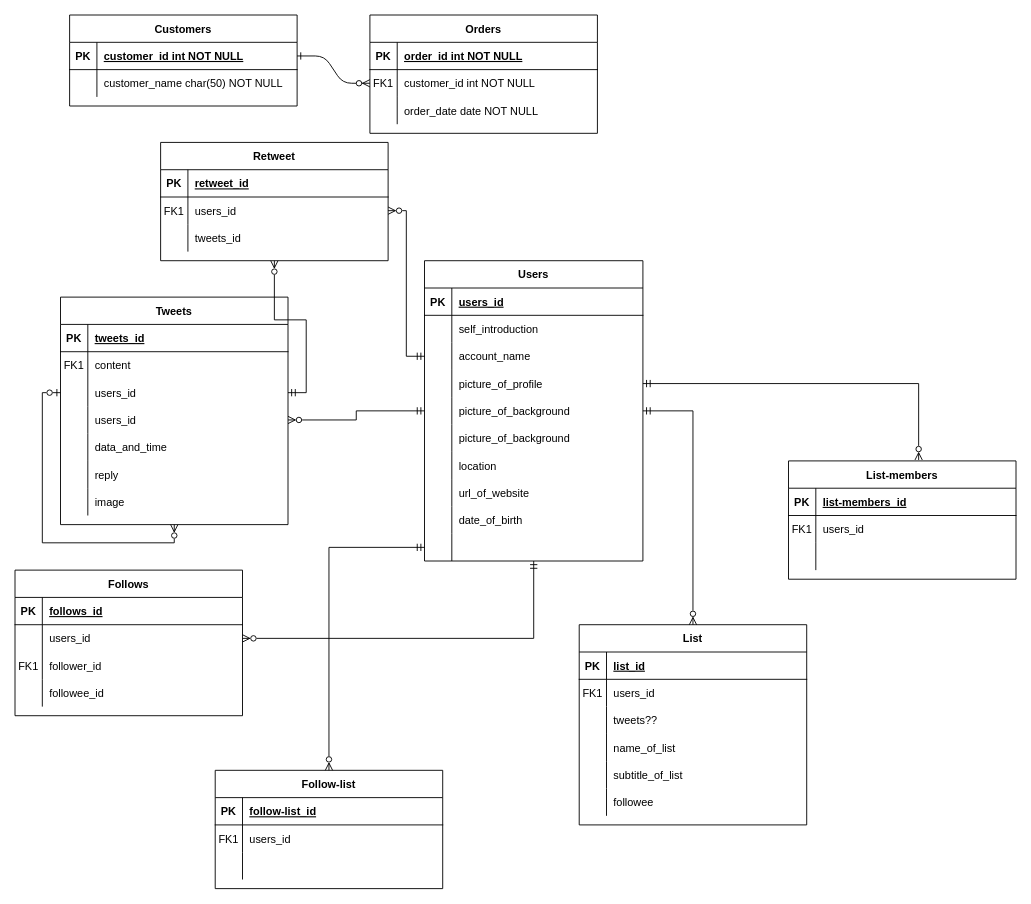
Above: Untitled Diagram.drawio in umizaru/hello-world (draw.io), before the change. Source tidied: cells renumbered, new cells numbered last; positions are measured from the earlier drawing's top-left corner, leaving out a move shared by most shapes. Both pictures are drawn from the tidied source at 91%, with x=0, y=0 at pixel (15, 15).
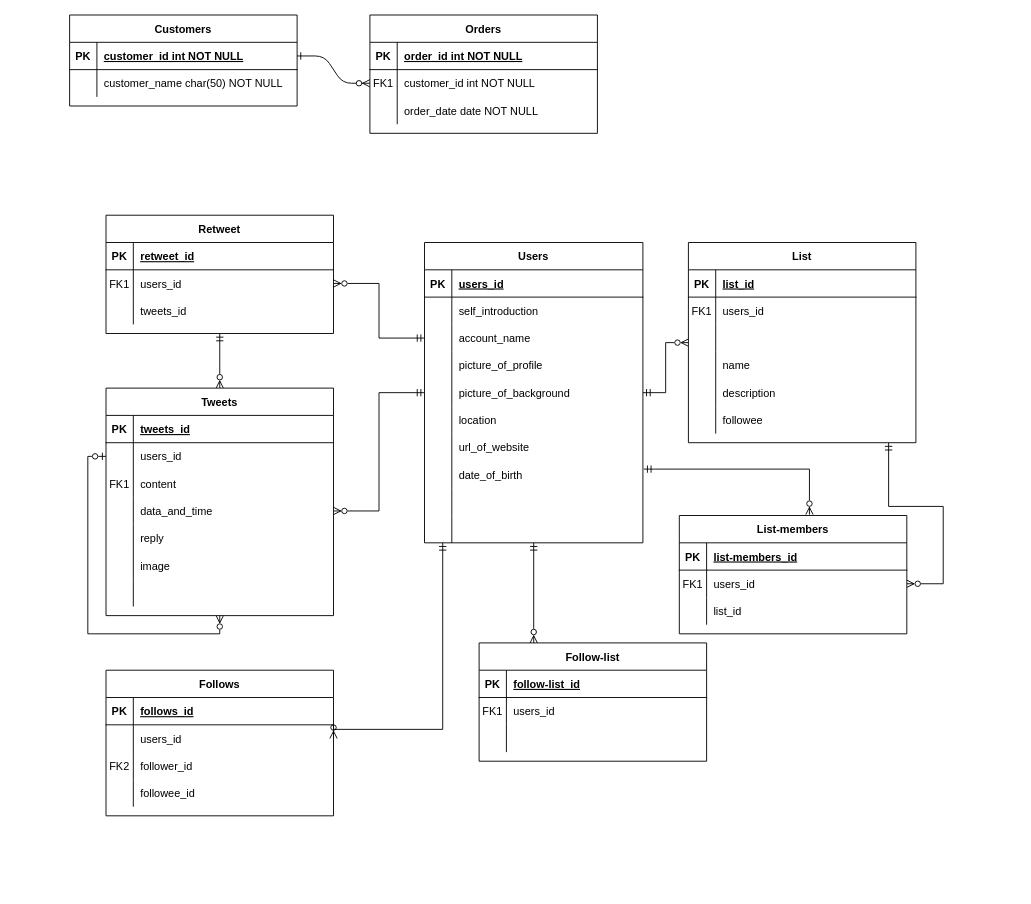
The same page after the edit.

Commit message (it also covers changes not shown here):
Untitled Diagram.drawio を更新します

The change refers to these unchanged cells:
```xml
<mxCell id="34" style="shape=partialRectangle;fillColor=none;points=[[0,0.5],[1,0.5]];portConstraint=eastwest;top=0;left=0;right=0;bottom=0;" parent="30" vertex="1">
  <mxGeometry y="60" width="250" height="30" as="geometry" />
</mxCell>
<mxCell id="37" style="shape=partialRectangle;fillColor=none;top=0;left=0;right=0;bottom=0;" parent="30" vertex="1">
  <mxGeometry y="90" width="250" height="30" as="geometry" />
</mxCell>
<mxCell id="54" style="shape=partialRectangle;fillColor=none;points=[[0,0.5],[1,0.5]];portConstraint=eastwest;top=0;left=0;right=0;bottom=0;" parent="43" vertex="1">
  <mxGeometry y="120" width="250" height="30" as="geometry" />
</mxCell>
<mxCell id="57" style="shape=partialRectangle;fillColor=none;top=0;left=0;right=0;bottom=0;" parent="43" vertex="1">
  <mxGeometry y="150" width="250" height="30" as="geometry" />
</mxCell>
<mxCell id="60" style="shape=partialRectangle;fillColor=none;top=0;left=0;right=0;bottom=0;" parent="43" vertex="1">
  <mxGeometry y="180" width="250" height="30" as="geometry" />
</mxCell>
<mxCell id="63" style="shape=partialRectangle;fillColor=none;top=0;left=0;right=0;bottom=0;" parent="43" vertex="1">
  <mxGeometry y="210" width="250" height="30" as="geometry" />
</mxCell>
<mxCell id="73" style="shape=partialRectangle;fillColor=none;top=0;left=0;right=0;bottom=0;" parent="66" vertex="1">
  <mxGeometry y="90" width="250" height="30" as="geometry" />
</mxCell>
<mxCell id="76" style="shape=partialRectangle;fillColor=none;top=0;left=0;right=0;bottom=0;" parent="66" vertex="1">
  <mxGeometry y="120" width="250" height="30" as="geometry" />
</mxCell>
<mxCell id="79" style="shape=partialRectangle;fillColor=none;top=0;left=0;right=0;bottom=0;" parent="66" vertex="1">
  <mxGeometry y="150" width="250" height="30" as="geometry" />
</mxCell>
<mxCell id="99" style="shape=partialRectangle;fillColor=none;points=[[0,0.5],[1,0.5]];portConstraint=eastwest;top=0;left=0;right=0;bottom=0;" parent="95" vertex="1">
  <mxGeometry y="60" width="250" height="30" as="geometry" />
</mxCell>
<mxCell id="102" style="shape=partialRectangle;fillColor=none;top=0;left=0;right=0;bottom=0;" parent="95" vertex="1">
  <mxGeometry y="90" width="250" height="30" as="geometry" />
</mxCell>
<mxCell id="116" style="shape=partialRectangle;fillColor=none;points=[[0,0.5],[1,0.5]];portConstraint=eastwest;top=0;left=0;right=0;bottom=0;" parent="106" vertex="1">
  <mxGeometry y="120" width="240" height="30" as="geometry" />
</mxCell>
<mxCell id="122" style="shape=partialRectangle;fillColor=none;top=0;left=0;right=0;bottom=0;" parent="106" vertex="1">
  <mxGeometry y="180" width="240" height="30" as="geometry" />
</mxCell>
<mxCell id="125" style="shape=partialRectangle;fillColor=none;top=0;left=0;right=0;bottom=0;" parent="106" vertex="1">
  <mxGeometry y="210" width="240" height="30" as="geometry" />
</mxCell>
<mxCell id="128" style="shape=partialRectangle;fillColor=none;points=[[0,0.5],[1,0.5]];portConstraint=eastwest;top=0;left=0;right=0;bottom=0;" parent="106" vertex="1">
  <mxGeometry y="240" width="240" height="30" as="geometry" />
</mxCell>
<mxCell id="131" style="shape=partialRectangle;fillColor=none;top=0;left=0;right=0;bottom=0;" parent="106" vertex="1">
  <mxGeometry y="270" width="240" height="30" as="geometry" />
</mxCell>
<mxCell id="134" style="shape=partialRectangle;fillColor=none;points=[[0,0.5],[1,0.5]];portConstraint=eastwest;top=0;left=0;right=0;bottom=0;" parent="106" vertex="1">
  <mxGeometry y="300" width="240" height="30" as="geometry" />
</mxCell>
```

Diff of the diagram source:
```diff
@@
+    <mxCell id="143" style="edgeStyle=orthogonalEdgeStyle;rounded=0;jettySize=auto;html=1;startArrow=ERmandOne;startFill=0;endArrow=ERzeroToMany;endFill=0;" parent="1" edge="1" source="20" target="43">
+      <mxGeometry relative="1" as="geometry" />
+    </mxCell>
     <mxCell id="20" value="Retweet" style="shape=table;startSize=30;childLayout=tableLayout;rowLines=0;fontStyle=1;align=center;" parent="1" vertex="1">
-      <mxGeometry x="160" y="140" width="250" height="130" as="geometry" />
+      <mxGeometry x="100" y="220" width="250" height="130" as="geometry" />
     </mxCell>
@@
     <mxCell id="30" value="Follows" style="shape=table;startSize=30;childLayout=tableLayout;rowLines=0;fontStyle=1;align=center;" parent="1" vertex="1">
-      <mxGeometry y="610" width="250" height="160" as="geometry" />
+      <mxGeometry x="100" y="720" width="250" height="160" as="geometry" />
     </mxCell>
@@
-    <mxCell id="38" value="FK1" style="shape=partialRectangle;overflow=hidden;fillColor=none;top=0;left=0;bottom=0;right=0;" parent="37" vertex="1">
+    <mxCell id="38" value="FK2" style="shape=partialRectangle;overflow=hidden;fillColor=none;top=0;left=0;bottom=0;right=0;" parent="37" vertex="1">
       <mxGeometry width="30" height="30" as="geometry" />
     </mxCell>
@@
     <mxCell id="43" value="Tweets" style="shape=table;startSize=30;childLayout=tableLayout;rowLines=0;fontStyle=1;align=center;" parent="1" vertex="1">
-      <mxGeometry x="50" y="310" width="250" height="250" as="geometry" />
+      <mxGeometry x="100" y="410" width="250" height="250" as="geometry" />
     </mxCell>
@@
-    <mxCell id="47" style="shape=partialRectangle;fillColor=none;top=0;left=0;right=0;bottom=0;" parent="43" vertex="1">
-      <mxGeometry y="60" width="250" height="30" as="geometry" />
-    </mxCell>
-    <mxCell id="48" value="FK1" style="shape=partialRectangle;overflow=hidden;fillColor=none;top=0;left=0;bottom=0;right=0;" parent="47" vertex="1">
-      <mxGeometry width="30" height="30" as="geometry" />
-    </mxCell>
-    <mxCell id="49" value="content" style="shape=partialRectangle;overflow=hidden;fillColor=none;top=0;left=0;bottom=0;right=0;align=left;spacingLeft=6;" parent="47" vertex="1">
-      <mxGeometry x="30" width="220" height="30" as="geometry" />
-    </mxCell>
@@
     <mxCell id="51" style="shape=partialRectangle;fillColor=none;points=[[0,0.5],[1,0.5]];portConstraint=eastwest;top=0;left=0;right=0;bottom=0;" parent="43" vertex="1">
-      <mxGeometry y="90" width="250" height="30" as="geometry" />
+      <mxGeometry y="60" width="250" height="30" as="geometry" />
     </mxCell>
@@
+    <mxCell id="47" style="shape=partialRectangle;fillColor=none;top=0;left=0;right=0;bottom=0;" parent="43" vertex="1">
+      <mxGeometry y="90" width="250" height="30" as="geometry" />
+    </mxCell>
+    <mxCell id="48" value="FK1" style="shape=partialRectangle;overflow=hidden;fillColor=none;top=0;left=0;bottom=0;right=0;" parent="47" vertex="1">
+      <mxGeometry width="30" height="30" as="geometry" />
+    </mxCell>
+    <mxCell id="49" value="content" style="shape=partialRectangle;overflow=hidden;fillColor=none;top=0;left=0;bottom=0;right=0;align=left;spacingLeft=6;" parent="47" vertex="1">
+      <mxGeometry x="30" width="220" height="30" as="geometry" />
+    </mxCell>
@@
-    <mxCell id="56" value="users_id" style="shape=partialRectangle;overflow=hidden;fillColor=none;top=0;left=0;bottom=0;right=0;align=left;spacingLeft=6;" parent="54" vertex="1">
+    <mxCell id="56" value="data_and_time" style="shape=partialRectangle;overflow=hidden;fillColor=none;top=0;left=0;bottom=0;right=0;align=left;spacingLeft=6;" parent="54" vertex="1">
       <mxGeometry x="30" width="220" height="30" as="geometry" />
     </mxCell>
@@
-    <mxCell id="59" value="data_and_time" style="shape=partialRectangle;overflow=hidden;fillColor=none;top=0;left=0;bottom=0;right=0;align=left;spacingLeft=6;" parent="57" vertex="1">
+    <mxCell id="59" value="reply    " style="shape=partialRectangle;overflow=hidden;fillColor=none;top=0;left=0;bottom=0;right=0;align=left;spacingLeft=6;" parent="57" vertex="1">
       <mxGeometry x="30" width="220" height="30" as="geometry" />
     </mxCell>
@@
-    <mxCell id="62" value="reply" style="shape=partialRectangle;overflow=hidden;fillColor=none;top=0;left=0;bottom=0;right=0;align=left;spacingLeft=6;" parent="60" vertex="1">
+    <mxCell id="62" value="image    " style="shape=partialRectangle;overflow=hidden;fillColor=none;top=0;left=0;bottom=0;right=0;align=left;spacingLeft=6;" parent="60" vertex="1">
       <mxGeometry x="30" width="220" height="30" as="geometry" />
     </mxCell>
@@
-    <mxCell id="65" value="image" style="shape=partialRectangle;overflow=hidden;fillColor=none;top=0;left=0;bottom=0;right=0;align=left;spacingLeft=6;" parent="63" vertex="1">
+    <mxCell id="65" style="shape=partialRectangle;overflow=hidden;fillColor=none;top=0;left=0;bottom=0;right=0;align=left;spacingLeft=6;" parent="63" vertex="1">
       <mxGeometry x="30" width="220" height="30" as="geometry" />
     </mxCell>
+    <mxCell id="144" style="edgeStyle=orthogonalEdgeStyle;rounded=0;jettySize=auto;html=1;entryX=1;entryY=0.5;entryDx=0;entryDy=0;startArrow=ERmandOne;startFill=0;endArrow=ERzeroToMany;endFill=0;" parent="1" edge="1" source="66" target="99">
+      <mxGeometry relative="1" as="geometry">
+        <Array as="points">
+          <mxPoint x="960" y="540" />
+          <mxPoint x="1020" y="540" />
+          <mxPoint x="1020" y="625" />
+        </Array>
+      </mxGeometry>
+    </mxCell>
     <mxCell id="66" value="List" style="shape=table;startSize=30;childLayout=tableLayout;rowLines=0;fontStyle=1;align=center;" parent="1" vertex="1">
-      <mxGeometry x="620" y="670" width="250" height="220" as="geometry" />
+      <mxGeometry x="740" y="250" width="250" height="220" as="geometry" />
     </mxCell>
@@
-    <mxCell id="75" value="tweets??" style="shape=partialRectangle;overflow=hidden;fillColor=none;top=0;left=0;bottom=0;right=0;align=left;spacingLeft=6;" parent="73" vertex="1">
+    <mxCell id="75" style="shape=partialRectangle;overflow=hidden;fillColor=none;top=0;left=0;bottom=0;right=0;align=left;spacingLeft=6;" parent="73" vertex="1">
       <mxGeometry x="30" width="220" height="30" as="geometry" />
     </mxCell>
@@
-    <mxCell id="78" value="name_of_list" style="shape=partialRectangle;overflow=hidden;fillColor=none;top=0;left=0;bottom=0;right=0;align=left;spacingLeft=6;" parent="76" vertex="1">
+    <mxCell id="78" value="name" style="shape=partialRectangle;overflow=hidden;fillColor=none;top=0;left=0;bottom=0;right=0;align=left;spacingLeft=6;" parent="76" vertex="1">
       <mxGeometry x="30" width="220" height="30" as="geometry" />
     </mxCell>
@@
-    <mxCell id="81" value="subtitle_of_list" style="shape=partialRectangle;overflow=hidden;fillColor=none;top=0;left=0;bottom=0;right=0;align=left;spacingLeft=6;" parent="79" vertex="1">
+    <mxCell id="81" value="description" style="shape=partialRectangle;overflow=hidden;fillColor=none;top=0;left=0;bottom=0;right=0;align=left;spacingLeft=6;" parent="79" vertex="1">
       <mxGeometry x="30" width="220" height="30" as="geometry" />
     </mxCell>
@@
     <mxCell id="85" value="Follow-list" style="shape=table;startSize=30;childLayout=tableLayout;rowLines=0;fontStyle=1;align=center;" parent="1" vertex="1">
-      <mxGeometry x="220" y="830" width="250" height="130" as="geometry" />
+      <mxGeometry x="510" y="690" width="250" height="130" as="geometry" />
     </mxCell>
@@
     <mxCell id="95" value="List-members" style="shape=table;startSize=30;childLayout=tableLayout;rowLines=0;fontStyle=1;align=center;" parent="1" vertex="1">
-      <mxGeometry x="850" y="490" width="250" height="130" as="geometry" />
+      <mxGeometry x="730" y="550" width="250" height="130" as="geometry" />
     </mxCell>
@@
-    <mxCell id="104" style="shape=partialRectangle;overflow=hidden;fillColor=none;top=0;left=0;bottom=0;right=0;align=left;spacingLeft=6;" parent="102" vertex="1">
+    <mxCell id="104" value="list_id" style="shape=partialRectangle;overflow=hidden;fillColor=none;top=0;left=0;bottom=0;right=0;align=left;spacingLeft=6;" parent="102" vertex="1">
       <mxGeometry x="30" width="220" height="30" as="geometry" />
     </mxCell>
     <mxCell id="105" style="edgeStyle=orthogonalEdgeStyle;rounded=0;jettySize=auto;html=1;entryX=1;entryY=0.5;entryDx=0;entryDy=0;startArrow=ERmandOne;startFill=0;endArrow=ERzeroToMany;endFill=0;" parent="1" edge="1" source="106" target="34">
-      <mxGeometry relative="1" as="geometry" />
+      <mxGeometry relative="1" as="geometry">
+        <Array as="points">
+          <mxPoint x="470" y="785" />
+        </Array>
+      </mxGeometry>
     </mxCell>
     <mxCell id="106" value="Users" style="shape=table;startSize=30;childLayout=tableLayout;rowLines=0;fontStyle=1;align=center;" parent="1" vertex="1">
-      <mxGeometry x="450" y="270" width="240" height="330" as="geometry" />
+      <mxGeometry x="450" y="250" width="240" height="330" as="geometry" />
     </mxCell>
@@
-    <mxCell id="124" value="picture_of_background" style="shape=partialRectangle;overflow=hidden;fillColor=none;top=0;left=0;bottom=0;right=0;align=left;spacingLeft=6;" parent="122" vertex="1">
+    <mxCell id="124" value="location" style="shape=partialRectangle;overflow=hidden;fillColor=none;top=0;left=0;bottom=0;right=0;align=left;spacingLeft=6;" parent="122" vertex="1">
       <mxGeometry x="30" width="210" height="30" as="geometry" />
     </mxCell>
@@
-    <mxCell id="127" value="location" style="shape=partialRectangle;overflow=hidden;fillColor=none;top=0;left=0;bottom=0;right=0;align=left;spacingLeft=6;" parent="125" vertex="1">
+    <mxCell id="127" value="url_of_website" style="shape=partialRectangle;overflow=hidden;fillColor=none;top=0;left=0;bottom=0;right=0;align=left;spacingLeft=6;" parent="125" vertex="1">
       <mxGeometry x="30" width="210" height="30" as="geometry" />
     </mxCell>
@@
-    <mxCell id="130" value="url_of_website" style="shape=partialRectangle;overflow=hidden;fillColor=none;top=0;left=0;bottom=0;right=0;align=left;spacingLeft=6;" parent="128" vertex="1">
+    <mxCell id="130" value="date_of_birth" style="shape=partialRectangle;overflow=hidden;fillColor=none;top=0;left=0;bottom=0;right=0;align=left;spacingLeft=6;" parent="128" vertex="1">
       <mxGeometry x="30" width="210" height="30" as="geometry" />
     </mxCell>
@@
-    <mxCell id="133" value="date_of_birth" style="shape=partialRectangle;overflow=hidden;fillColor=none;top=0;left=0;bottom=0;right=0;align=left;spacingLeft=6;" parent="131" vertex="1">
+    <mxCell id="133" style="shape=partialRectangle;overflow=hidden;fillColor=none;top=0;left=0;bottom=0;right=0;align=left;spacingLeft=6;" parent="131" vertex="1">
       <mxGeometry x="30" width="210" height="30" as="geometry" />
     </mxCell>
@@
-    <mxCell id="140" style="edgeStyle=orthogonalEdgeStyle;rounded=0;jettySize=auto;html=1;entryX=0.572;entryY=-0.008;entryDx=0;entryDy=0;entryPerimeter=0;startArrow=ERmandOne;startFill=0;endArrow=ERzeroToMany;endFill=0;" parent="1" edge="1" source="116" target="95">
+    <mxCell id="140" style="edgeStyle=orthogonalEdgeStyle;rounded=0;jettySize=auto;html=1;entryX=0.572;entryY=-0.008;entryDx=0;entryDy=0;entryPerimeter=0;startArrow=ERmandOne;startFill=0;endArrow=ERzeroToMany;endFill=0;exitX=1.004;exitY=0.3;exitDx=0;exitDy=0;exitPerimeter=0;" parent="1" edge="1" source="128" target="95">
       <mxGeometry relative="1" as="geometry" />
     </mxCell>
     <mxCell id="141" style="edgeStyle=orthogonalEdgeStyle;rounded=0;jettySize=auto;html=1;startArrow=ERmandOne;startFill=0;endArrow=ERzeroToMany;endFill=0;" parent="1" edge="1" source="134" target="85">
-      <mxGeometry relative="1" as="geometry" />
+      <mxGeometry relative="1" as="geometry">
+        <Array as="points">
+          <mxPoint x="650" y="800" />
+          <mxPoint x="525" y="800" />
+        </Array>
+      </mxGeometry>
     </mxCell>
-    <mxCell id="142" style="edgeStyle=orthogonalEdgeStyle;rounded=0;jettySize=auto;html=1;entryX=0.5;entryY=1;entryDx=0;entryDy=0;startArrow=ERmandOne;startFill=0;endArrow=ERzeroToMany;endFill=0;" parent="1" edge="1" source="51" target="20">
-      <mxGeometry relative="1" as="geometry" />
-    </mxCell>
```
